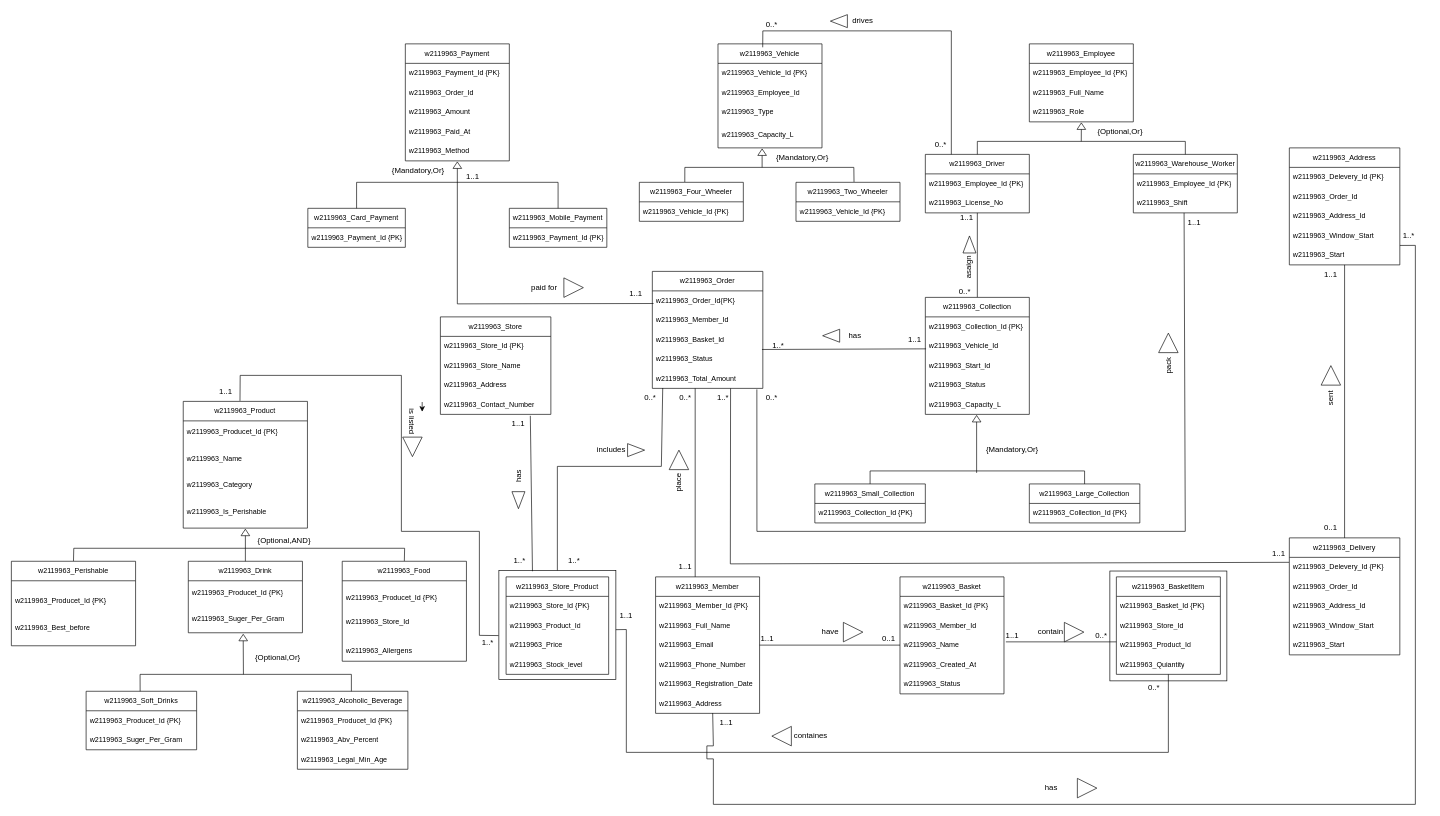
Earlier version of the draw.io diagram page "fuck-around" (2 of 2) of DB_CW_partA.drawio (Anuja-jayasinghe/DrawIo_Projects). Source tidied: cells renumbered, new cells numbered last; positions are measured from the earlier drawing's top-left corner, leaving out a move shared by most shapes. Both pictures are drawn from the tidied source at 65%, with x=0, y=0 at pixel (11, 11).
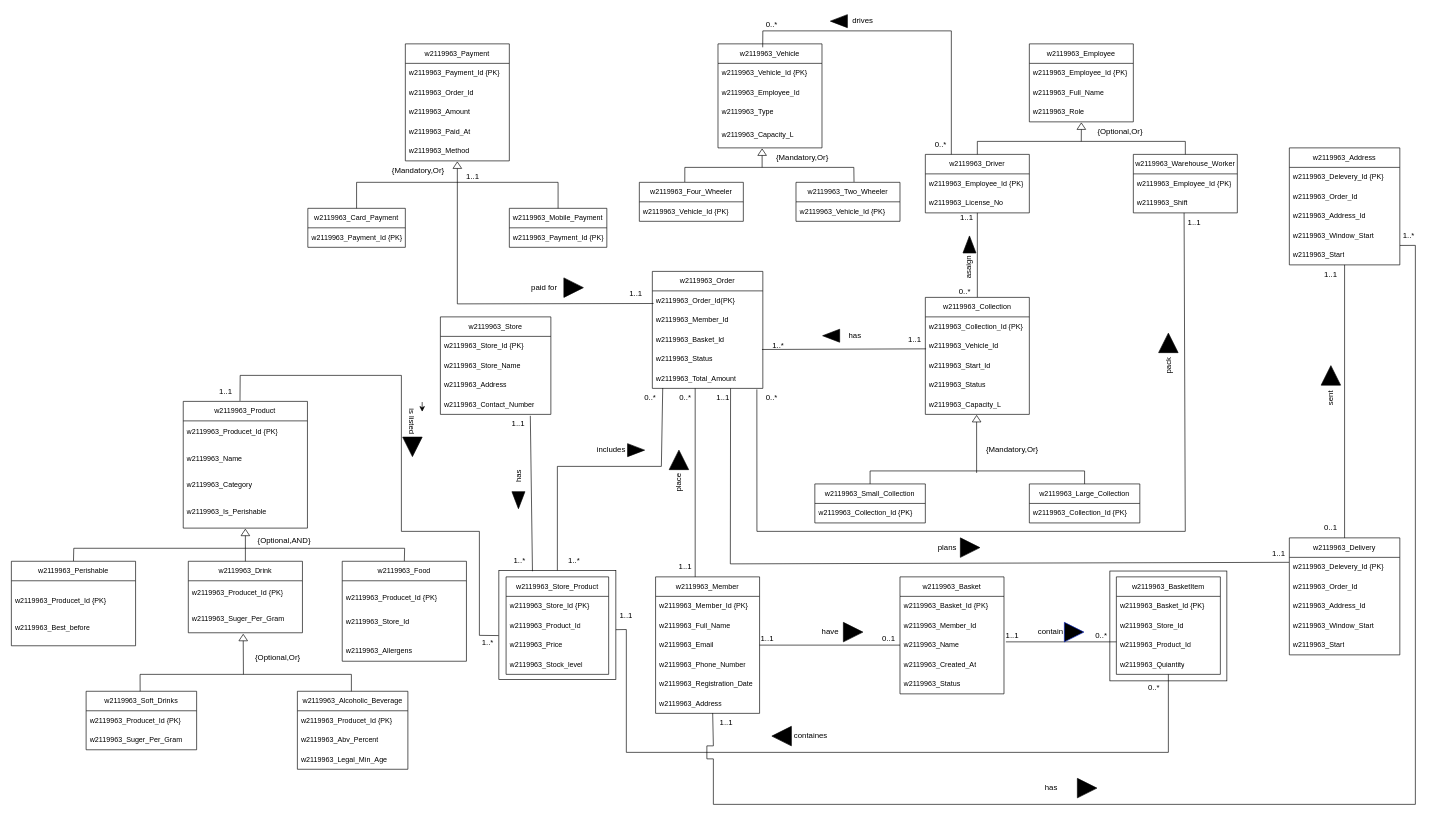
The same page after the edit.

Unchanged cells that the change refers to:
```xml
<mxCell id="101" style="group;rotation=-90;" parent="1" vertex="1">
  <mxGeometry x="987" y="700" width="80" height="30" as="geometry" />
</mxCell>
<mxCell id="104" style="group;" parent="1" vertex="1">
  <mxGeometry x="790" y="410" width="90" height="30" as="geometry" />
</mxCell>
<mxCell id="108" style="group;rotation=-90;" parent="1" vertex="1">
  <mxGeometry x="1990" y="570" width="80" height="30" as="geometry" />
</mxCell>
<mxCell id="129" style="group;" parent="1" vertex="1">
  <mxGeometry x="1463" y="343.5" width="21" height="68.7" as="geometry" />
</mxCell>
<mxCell id="138" style="group;rotation=-90;" parent="1" vertex="1">
  <mxGeometry x="1740" y="520" width="80" height="30" as="geometry" />
</mxCell>
<mxCell id="187" style="group;rotation=90;" parent="156" vertex="1">
  <mxGeometry x="570" y="30" width="80" height="30" as="geometry" />
</mxCell>
<mxCell id="206" style="group;rotation=-90;" parent="1" vertex="1">
  <mxGeometry x="740" y="710" width="80" height="30" as="geometry" />
</mxCell>
<mxCell id="212" style="group;" parent="1" vertex="1">
  <mxGeometry x="1230" y="940" width="80" height="30" as="geometry" />
</mxCell>
<mxCell id="222" style="group;" parent="1" vertex="1">
  <mxGeometry x="1570" y="940" width="80" height="30" as="geometry" />
</mxCell>
```

What changed in the source:
```diff
@@
-    <mxCell id="94" style="triangle;whiteSpace=wrap;html=1;" parent="1" vertex="1">
+    <mxCell id="94" style="triangle;whiteSpace=wrap;html=1;fillColor=light-dark(#000000,#000000);" parent="1" vertex="1">
       <mxGeometry x="1640" y="1180" width="30" height="30" as="geometry" />
     </mxCell>
@@
-    <mxCell id="102" style="triangle;whiteSpace=wrap;html=1;rotation=-90;" parent="101" vertex="1">
+    <mxCell id="102" style="triangle;whiteSpace=wrap;html=1;rotation=-90;fillColor=light-dark(#000000,#000000);" parent="101" vertex="1">
       <mxGeometry x="25" y="-25" width="30" height="30" as="geometry" />
     </mxCell>
@@
-    <mxCell id="105" style="triangle;whiteSpace=wrap;html=1;" parent="104" vertex="1">
+    <mxCell id="105" style="triangle;whiteSpace=wrap;html=1;fillColor=light-dark(#000000,#000000);" parent="104" vertex="1">
       <mxGeometry x="60" width="30" height="30" as="geometry" />
     </mxCell>
@@
-    <mxCell id="109" style="triangle;whiteSpace=wrap;html=1;rotation=-90;" parent="108" vertex="1">
+    <mxCell id="109" style="triangle;whiteSpace=wrap;html=1;rotation=-90;fillColor=light-dark(#000000,#000000);" parent="108" vertex="1">
       <mxGeometry x="25" y="-25" width="30" height="30" as="geometry" />
     </mxCell>
@@
-    <mxCell id="111" value="1..*" style="text;html=1;whiteSpace=wrap;strokeColor=none;fillColor=none;align=center;verticalAlign=middle;rounded=0;" parent="1" vertex="1">
+    <mxCell id="111" value="1..1" style="text;html=1;whiteSpace=wrap;strokeColor=none;fillColor=none;align=center;verticalAlign=middle;rounded=0;" parent="1" vertex="1">
       <mxGeometry x="1065" y="580" width="60" height="30" as="geometry" />
     </mxCell>
@@
-    <mxCell id="130" style="triangle;whiteSpace=wrap;html=1;rotation=-90;" parent="129" vertex="1">
+    <mxCell id="130" style="triangle;whiteSpace=wrap;html=1;rotation=-90;fillColor=light-dark(#000000,#000000);" parent="129" vertex="1">
       <mxGeometry x="-2.1" y="5.1" width="26.2" height="20" as="geometry" />
     </mxCell>
@@
-    <mxCell id="135" style="triangle;whiteSpace=wrap;html=1;rotation=-180;" parent="1" vertex="1">
+    <mxCell id="135" style="triangle;whiteSpace=wrap;html=1;rotation=-180;fillColor=light-dark(#000000,#000000);" parent="1" vertex="1">
       <mxGeometry x="1260" y="5" width="26.2" height="20" as="geometry" />
     </mxCell>
@@
-    <mxCell id="139" style="triangle;whiteSpace=wrap;html=1;rotation=-90;" parent="138" vertex="1">
+    <mxCell id="139" style="triangle;whiteSpace=wrap;html=1;rotation=-90;fillColor=light-dark(#000000,#000000);" parent="138" vertex="1">
       <mxGeometry x="25" y="-25" width="30" height="30" as="geometry" />
     </mxCell>
@@
-    <mxCell id="144" style="triangle;whiteSpace=wrap;html=1;rotation=-180;" parent="1" vertex="1">
+    <mxCell id="144" style="triangle;whiteSpace=wrap;html=1;rotation=-180;fillColor=light-dark(#000000,#000000);" parent="1" vertex="1">
       <mxGeometry x="1248.1" y="489" width="26.2" height="20" as="geometry" />
     </mxCell>
@@
-    <mxCell id="149" style="triangle;whiteSpace=wrap;html=1;rotation=-180;" parent="1" vertex="1">
+    <mxCell id="149" style="triangle;whiteSpace=wrap;html=1;rotation=-180;fillColor=light-dark(#000000,#000000);" parent="1" vertex="1">
       <mxGeometry x="1170" y="1100" width="30" height="30" as="geometry" />
     </mxCell>
@@
-    <mxCell id="153" style="triangle;whiteSpace=wrap;html=1;rotation=0;" parent="1" vertex="1">
+    <mxCell id="153" style="triangle;whiteSpace=wrap;html=1;rotation=0;fillColor=light-dark(#000000,#000000);" parent="1" vertex="1">
       <mxGeometry x="948" y="665" width="26.2" height="20" as="geometry" />
     </mxCell>
@@
-    <mxCell id="188" style="triangle;whiteSpace=wrap;html=1;rotation=90;" parent="187" vertex="1">
+    <mxCell id="188" style="triangle;whiteSpace=wrap;html=1;rotation=90;gradientColor=none;fillColor=light-dark(#000000,#000000);" parent="187" vertex="1">
       <mxGeometry x="32" y="25" width="30" height="30" as="geometry" />
     </mxCell>
@@
-    <mxCell id="207" style="triangle;whiteSpace=wrap;html=1;rotation=-270;" parent="206" vertex="1">
+    <mxCell id="207" style="triangle;whiteSpace=wrap;html=1;rotation=-270;fillColor=light-dark(#000000,#000000);" parent="206" vertex="1">
       <mxGeometry x="27" y="32" width="26.2" height="20" as="geometry" />
     </mxCell>
@@
-    <mxCell id="213" style="triangle;whiteSpace=wrap;html=1;" parent="212" vertex="1">
+    <mxCell id="213" style="triangle;whiteSpace=wrap;html=1;fillColor=light-dark(#000000,#000000);" parent="212" vertex="1">
       <mxGeometry x="50" width="30" height="30" as="geometry" />
     </mxCell>
@@
-    <mxCell id="223" style="triangle;whiteSpace=wrap;html=1;" parent="222" vertex="1">
+    <mxCell id="223" style="triangle;whiteSpace=wrap;html=1;fillColor=light-dark(#000000,#000000);fontColor=#ffffff;strokeColor=#001DBC;fillStyle=auto;" parent="222" vertex="1">
       <mxGeometry x="50" width="30" height="30" as="geometry" />
     </mxCell>
@@
+    <mxCell id="233" value="plans" style="text;html=1;whiteSpace=wrap;strokeColor=none;fillColor=none;align=center;verticalAlign=middle;rounded=0;" parent="1" vertex="1">
+      <mxGeometry x="1410" y="810" width="60" height="30" as="geometry" />
+    </mxCell>
+    <mxCell id="234" style="triangle;whiteSpace=wrap;html=1;fillColor=light-dark(#000000,#000000);" parent="1" vertex="1">
+      <mxGeometry x="1460" y="810" width="30" height="30" as="geometry" />
+    </mxCell>
```
